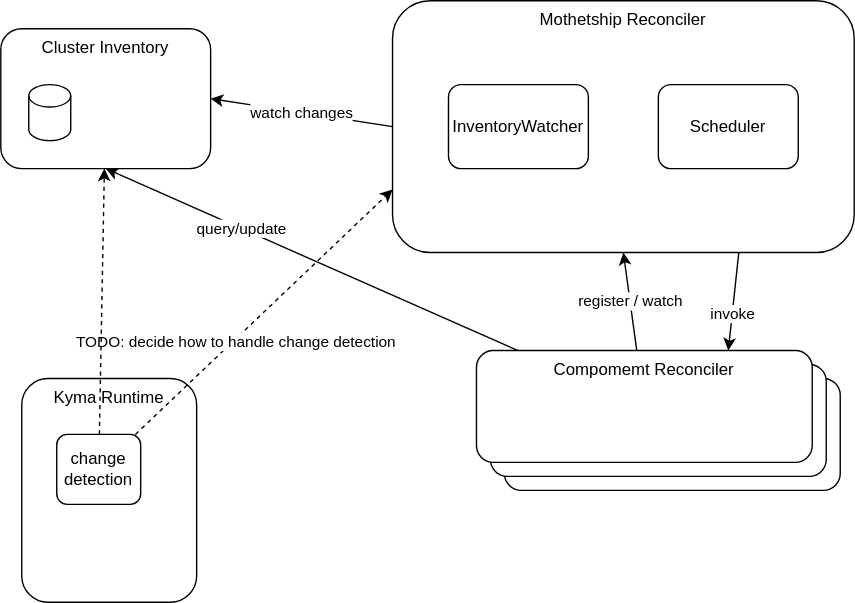
Before: concepts/infrastructure-reconciliation/assets/infrastructure-reconciliation.svg, a diagram exported from draw.io (kyma-project/community). Source tidied: cells renumbered, new cells last; positions are measured from the earlier drawing's top-left corner, leaving out a move shared by most shapes. Source of this version:
```xml
<mxGraphModel>
  <root>
    <mxCell id="0" />
    <mxCell id="1" parent="0" />
    <mxCell id="2" value="Compomemt Reconciler" style="rounded=1;whiteSpace=wrap;html=1;verticalAlign=top;" parent="1" vertex="1">
      <mxGeometry x="360" y="270" width="240" height="80" as="geometry" />
    </mxCell>
    <mxCell id="3" value="Compomemt Reconciler" style="rounded=1;whiteSpace=wrap;html=1;verticalAlign=top;" parent="1" vertex="1">
      <mxGeometry x="350" y="260" width="240" height="80" as="geometry" />
    </mxCell>
    <mxCell id="4" value="Cluster Inventory" style="rounded=1;whiteSpace=wrap;html=1;verticalAlign=top;" parent="1" vertex="1">
      <mxGeometry y="20" width="150" height="100" as="geometry" />
    </mxCell>
    <mxCell id="5" value="Mothetship Reconciler" style="rounded=1;whiteSpace=wrap;html=1;verticalAlign=top;" parent="1" vertex="1">
      <mxGeometry x="280" width="330" height="180" as="geometry" />
    </mxCell>
    <mxCell id="6" style="edgeStyle=none;html=1;entryX=0.75;entryY=0;entryDx=0;entryDy=0;exitX=0.75;exitY=1;exitDx=0;exitDy=0;" parent="1" edge="1" source="5" target="14">
      <mxGeometry relative="1" as="geometry" />
    </mxCell>
    <mxCell id="7" value="invoke" style="edgeLabel;html=1;align=center;verticalAlign=middle;" parent="6" vertex="1">
      <mxGeometry x="0.24" relative="1" as="geometry" />
    </mxCell>
    <mxCell id="8" value="Scheduler" style="rounded=1;whiteSpace=wrap;html=1;" parent="1" vertex="1">
      <mxGeometry x="470" y="60" width="100" height="60" as="geometry" />
    </mxCell>
    <mxCell id="9" value="watch changes" style="edgeStyle=none;html=1;entryX=1;entryY=0.5;entryDx=0;entryDy=0;exitX=0;exitY=0.5;exitDx=0;exitDy=0;" parent="1" edge="1" source="5" target="4">
      <mxGeometry relative="1" as="geometry" />
    </mxCell>
    <mxCell id="10" value="InventoryWatcher" style="rounded=1;whiteSpace=wrap;html=1;" parent="1" vertex="1">
      <mxGeometry x="320" y="60" width="100" height="60" as="geometry" />
    </mxCell>
    <mxCell id="11" value="register / watch" style="edgeStyle=none;html=1;entryX=0.5;entryY=1;entryDx=0;entryDy=0;" parent="1" edge="1" source="14" target="5">
      <mxGeometry relative="1" as="geometry" />
    </mxCell>
    <mxCell id="12" style="edgeStyle=none;html=1;entryX=0.5;entryY=1;entryDx=0;entryDy=0;" parent="1" edge="1" source="14" target="4">
      <mxGeometry relative="1" as="geometry" />
    </mxCell>
    <mxCell id="13" value="query/update" style="edgeLabel;html=1;align=center;verticalAlign=middle;" parent="12" vertex="1">
      <mxGeometry x="0.34" relative="1" as="geometry" />
    </mxCell>
    <mxCell id="14" value="Compomemt Reconciler" style="rounded=1;whiteSpace=wrap;html=1;verticalAlign=top;" parent="1" vertex="1">
      <mxGeometry x="340" y="250" width="240" height="80" as="geometry" />
    </mxCell>
    <mxCell id="15" style="shape=cylinder3;whiteSpace=wrap;html=1;boundedLbl=1;backgroundOutline=1;size=8;" parent="1" vertex="1">
      <mxGeometry x="20" y="60" width="30" height="40" as="geometry" />
    </mxCell>
    <mxCell id="16" value="Kyma Runtime" style="rounded=1;whiteSpace=wrap;html=1;verticalAlign=top;" parent="1" vertex="1">
      <mxGeometry x="15" y="270" width="125" height="160" as="geometry" />
    </mxCell>
    <mxCell id="17" style="edgeStyle=none;html=1;entryX=0;entryY=0.75;entryDx=0;entryDy=0;dashed=1;" parent="1" edge="1" source="20" target="5">
      <mxGeometry relative="1" as="geometry" />
    </mxCell>
    <mxCell id="18" value="TODO: decide how to handle change detection" style="edgeLabel;html=1;align=center;verticalAlign=middle;" parent="17" vertex="1">
      <mxGeometry x="-0.23" y="-2" relative="1" as="geometry">
        <mxPoint y="-1" as="offset" />
      </mxGeometry>
    </mxCell>
    <mxCell id="19" style="edgeStyle=none;html=1;dashed=1;" parent="1" edge="1" source="20" target="4">
      <mxGeometry relative="1" as="geometry" />
    </mxCell>
    <mxCell id="20" value="change detection" style="rounded=1;whiteSpace=wrap;html=1;" parent="1" vertex="1">
      <mxGeometry x="40" y="310" width="60" height="50" as="geometry" />
    </mxCell>
  </root>
</mxGraphModel>
```
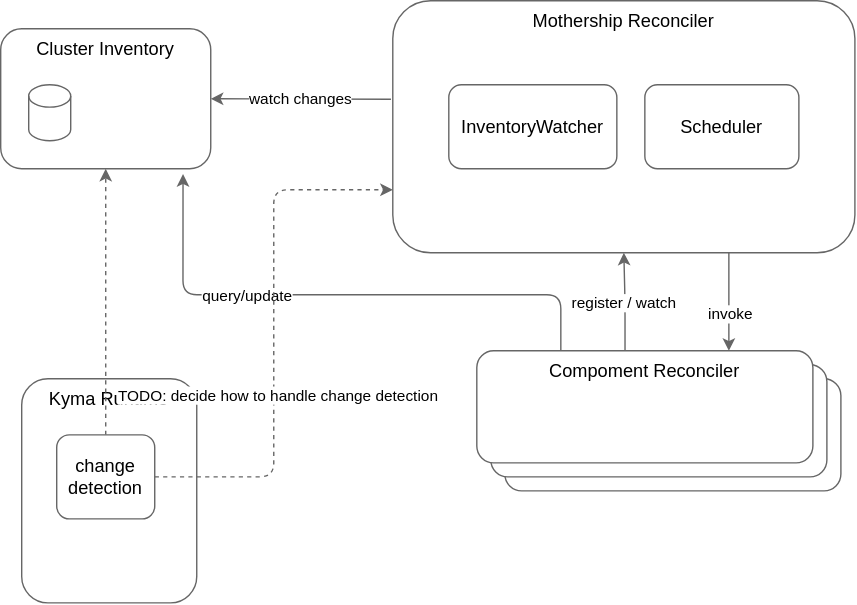
Later version of the same file.

Commit message:
Review comments

Diff of the diagram source:
```diff
@@ -2,52 +2,59 @@
   <root>
     <mxCell id="0" />
     <mxCell id="1" parent="0" />
-    <mxCell id="2" value="Compomemt Reconciler" style="rounded=1;whiteSpace=wrap;html=1;verticalAlign=top;" parent="1" vertex="1">
+    <mxCell id="2" value="Compomemt Reconciler" style="rounded=1;whiteSpace=wrap;html=1;verticalAlign=top;strokeColor=#666666;" parent="1" vertex="1">
       <mxGeometry x="360" y="270" width="240" height="80" as="geometry" />
     </mxCell>
-    <mxCell id="3" value="Compomemt Reconciler" style="rounded=1;whiteSpace=wrap;html=1;verticalAlign=top;" parent="1" vertex="1">
+    <mxCell id="3" value="Compomemt Reconciler" style="rounded=1;whiteSpace=wrap;html=1;verticalAlign=top;strokeColor=#666666;" parent="1" vertex="1">
       <mxGeometry x="350" y="260" width="240" height="80" as="geometry" />
     </mxCell>
-    <mxCell id="4" value="Cluster Inventory" style="rounded=1;whiteSpace=wrap;html=1;verticalAlign=top;" parent="1" vertex="1">
+    <mxCell id="4" value="Cluster Inventory" style="rounded=1;whiteSpace=wrap;html=1;verticalAlign=top;strokeColor=#666666;fontSize=13;" parent="1" vertex="1">
       <mxGeometry y="20" width="150" height="100" as="geometry" />
     </mxCell>
-    <mxCell id="5" value="Mothetship Reconciler" style="rounded=1;whiteSpace=wrap;html=1;verticalAlign=top;" parent="1" vertex="1">
+    <mxCell id="5" value="Mothership Reconciler" style="rounded=1;whiteSpace=wrap;html=1;verticalAlign=top;strokeColor=#666666;fontSize=13;" parent="1" vertex="1">
       <mxGeometry x="280" width="330" height="180" as="geometry" />
     </mxCell>
-    <mxCell id="6" style="edgeStyle=none;html=1;entryX=0.75;entryY=0;entryDx=0;entryDy=0;exitX=0.75;exitY=1;exitDx=0;exitDy=0;" parent="1" edge="1" source="5" target="14">
-      <mxGeometry relative="1" as="geometry" />
+    <mxCell id="6" style="edgeStyle=none;html=1;entryX=0.75;entryY=0;entryDx=0;entryDy=0;strokeColor=#666666;" parent="1" edge="1" target="14">
+      <mxGeometry relative="1" as="geometry">
+        <mxPoint x="520" y="180" as="sourcePoint" />
+      </mxGeometry>
     </mxCell>
     <mxCell id="7" value="invoke" style="edgeLabel;html=1;align=center;verticalAlign=middle;" parent="6" vertex="1">
       <mxGeometry x="0.24" relative="1" as="geometry" />
     </mxCell>
-    <mxCell id="8" value="Scheduler" style="rounded=1;whiteSpace=wrap;html=1;" parent="1" vertex="1">
-      <mxGeometry x="470" y="60" width="100" height="60" as="geometry" />
+    <mxCell id="8" value="Scheduler" style="rounded=1;whiteSpace=wrap;html=1;strokeColor=#666666;fontSize=13;" parent="1" vertex="1">
+      <mxGeometry x="460" y="60" width="110" height="60" as="geometry" />
     </mxCell>
-    <mxCell id="9" value="watch changes" style="edgeStyle=none;html=1;entryX=1;entryY=0.5;entryDx=0;entryDy=0;exitX=0;exitY=0.5;exitDx=0;exitDy=0;" parent="1" edge="1" source="5" target="4">
+    <mxCell id="9" value="watch changes" style="edgeStyle=none;html=1;entryX=1;entryY=0.5;entryDx=0;entryDy=0;exitX=-0.004;exitY=0.391;exitDx=0;exitDy=0;strokeColor=#666666;exitPerimeter=0;" parent="1" edge="1" source="5" target="4">
       <mxGeometry relative="1" as="geometry" />
     </mxCell>
-    <mxCell id="10" value="InventoryWatcher" style="rounded=1;whiteSpace=wrap;html=1;" parent="1" vertex="1">
-      <mxGeometry x="320" y="60" width="100" height="60" as="geometry" />
+    <mxCell id="10" value="InventoryWatcher" style="rounded=1;whiteSpace=wrap;html=1;strokeColor=#666666;fontSize=13;" parent="1" vertex="1">
+      <mxGeometry x="320" y="60" width="120" height="60" as="geometry" />
     </mxCell>
-    <mxCell id="11" value="register / watch" style="edgeStyle=none;html=1;entryX=0.5;entryY=1;entryDx=0;entryDy=0;" parent="1" edge="1" source="14" target="5">
+    <mxCell id="11" value="register / watch" style="edgeStyle=orthogonalEdgeStyle;html=1;entryX=0.5;entryY=1;entryDx=0;entryDy=0;strokeColor=#666666;exitX=0.441;exitY=-0.001;exitDx=0;exitDy=0;exitPerimeter=0;" parent="1" edge="1" source="14" target="5">
       <mxGeometry relative="1" as="geometry" />
     </mxCell>
-    <mxCell id="12" style="edgeStyle=none;html=1;entryX=0.5;entryY=1;entryDx=0;entryDy=0;" parent="1" edge="1" source="14" target="4">
-      <mxGeometry relative="1" as="geometry" />
+    <mxCell id="12" style="edgeStyle=orthogonalEdgeStyle;html=1;entryX=0.868;entryY=1.038;entryDx=0;entryDy=0;strokeColor=#666666;exitX=0.25;exitY=0;exitDx=0;exitDy=0;entryPerimeter=0;" parent="1" edge="1" source="14" target="4">
+      <mxGeometry relative="1" as="geometry">
+        <Array as="points">
+          <mxPoint x="400" y="210" />
+          <mxPoint x="130" y="210" />
+        </Array>
+      </mxGeometry>
     </mxCell>
     <mxCell id="13" value="query/update" style="edgeLabel;html=1;align=center;verticalAlign=middle;" parent="12" vertex="1">
       <mxGeometry x="0.34" relative="1" as="geometry" />
     </mxCell>
-    <mxCell id="14" value="Compomemt Reconciler" style="rounded=1;whiteSpace=wrap;html=1;verticalAlign=top;" parent="1" vertex="1">
+    <mxCell id="14" value="Compoment Reconciler" style="rounded=1;whiteSpace=wrap;html=1;verticalAlign=top;strokeColor=#666666;fontSize=13;" parent="1" vertex="1">
       <mxGeometry x="340" y="250" width="240" height="80" as="geometry" />
     </mxCell>
-    <mxCell id="15" style="shape=cylinder3;whiteSpace=wrap;html=1;boundedLbl=1;backgroundOutline=1;size=8;" parent="1" vertex="1">
+    <mxCell id="15" style="shape=cylinder3;whiteSpace=wrap;html=1;boundedLbl=1;backgroundOutline=1;size=8;strokeColor=#666666;" parent="1" vertex="1">
       <mxGeometry x="20" y="60" width="30" height="40" as="geometry" />
     </mxCell>
-    <mxCell id="16" value="Kyma Runtime" style="rounded=1;whiteSpace=wrap;html=1;verticalAlign=top;" parent="1" vertex="1">
+    <mxCell id="16" value="Kyma Runtime" style="rounded=1;whiteSpace=wrap;html=1;verticalAlign=top;strokeColor=#666666;fontSize=13;" parent="1" vertex="1">
       <mxGeometry x="15" y="270" width="125" height="160" as="geometry" />
     </mxCell>
-    <mxCell id="17" style="edgeStyle=none;html=1;entryX=0;entryY=0.75;entryDx=0;entryDy=0;dashed=1;" parent="1" edge="1" source="20" target="5">
+    <mxCell id="17" style="edgeStyle=orthogonalEdgeStyle;html=1;entryX=0;entryY=0.75;entryDx=0;entryDy=0;dashed=1;strokeColor=#666666;" parent="1" edge="1" source="20" target="5">
       <mxGeometry relative="1" as="geometry" />
     </mxCell>
     <mxCell id="18" value="TODO: decide how to handle change detection" style="edgeLabel;html=1;align=center;verticalAlign=middle;" parent="17" vertex="1">
@@ -55,11 +62,11 @@
         <mxPoint y="-1" as="offset" />
       </mxGeometry>
     </mxCell>
-    <mxCell id="19" style="edgeStyle=none;html=1;dashed=1;" parent="1" edge="1" source="20" target="4">
+    <mxCell id="19" style="edgeStyle=none;html=1;dashed=1;strokeColor=#666666;" parent="1" edge="1" source="20" target="4">
       <mxGeometry relative="1" as="geometry" />
     </mxCell>
-    <mxCell id="20" value="change detection" style="rounded=1;whiteSpace=wrap;html=1;" parent="1" vertex="1">
-      <mxGeometry x="40" y="310" width="60" height="50" as="geometry" />
+    <mxCell id="20" value="change detection" style="rounded=1;whiteSpace=wrap;html=1;strokeColor=#666666;fontSize=13;" parent="1" vertex="1">
+      <mxGeometry x="40" y="310" width="70" height="60" as="geometry" />
     </mxCell>
   </root>
 </mxGraphModel>
```
